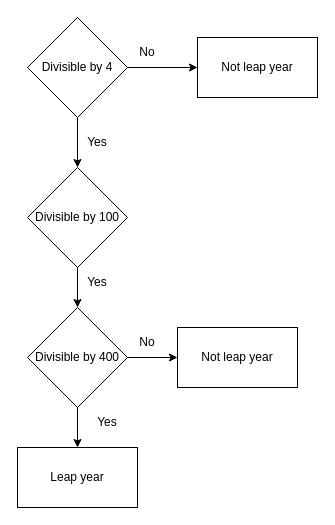
This is Untitled Diagram.drawio from elbaheleng/learning-javascript, a draw.io file, before an edit. Source tidied: cells renumbered, new cells numbered last; positions are measured from the earlier drawing's top-left corner, leaving out a move shared by most shapes. Both pictures are drawn from the tidied source at 100%, with x=0, y=0 at pixel (17, 17).
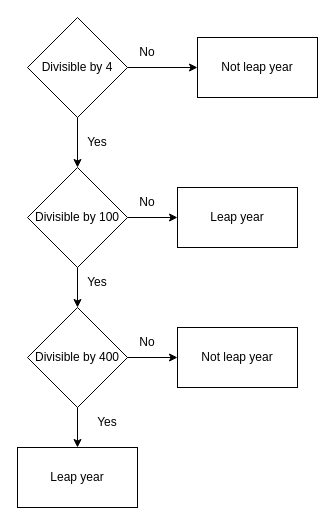
After the change.

Commit message:
Update Leap Year flowchart.drawio

The change refers to these unchanged cells:
```xml
<mxCell id="8" value="Divisible by 100" style="rhombus;whiteSpace=wrap;html=1;" parent="1" vertex="1">
  <mxGeometry x="10" y="150" width="100" height="100" as="geometry" />
</mxCell>
```

The edit, as a diff of the source:
```diff
@@
+    <mxCell id="18" value="Leap year" style="rounded=0;whiteSpace=wrap;html=1;" parent="1" vertex="1">
+      <mxGeometry x="160" y="170" width="120" height="60" as="geometry" />
+    </mxCell>
+    <mxCell id="19" style="endArrow=classic;html=1;rounded=0;entryX=0;entryY=0.5;entryDx=0;entryDy=0;exitX=1;exitY=0.5;exitDx=0;exitDy=0;" parent="1" edge="1" source="8" target="18">
+      <mxGeometry relative="1" as="geometry" />
+    </mxCell>
+    <mxCell id="20" value="No" style="text;html=1;align=center;verticalAlign=middle;whiteSpace=wrap;rounded=0;" parent="1" vertex="1">
+      <mxGeometry x="100" y="170" width="60" height="30" as="geometry" />
+    </mxCell>
```
